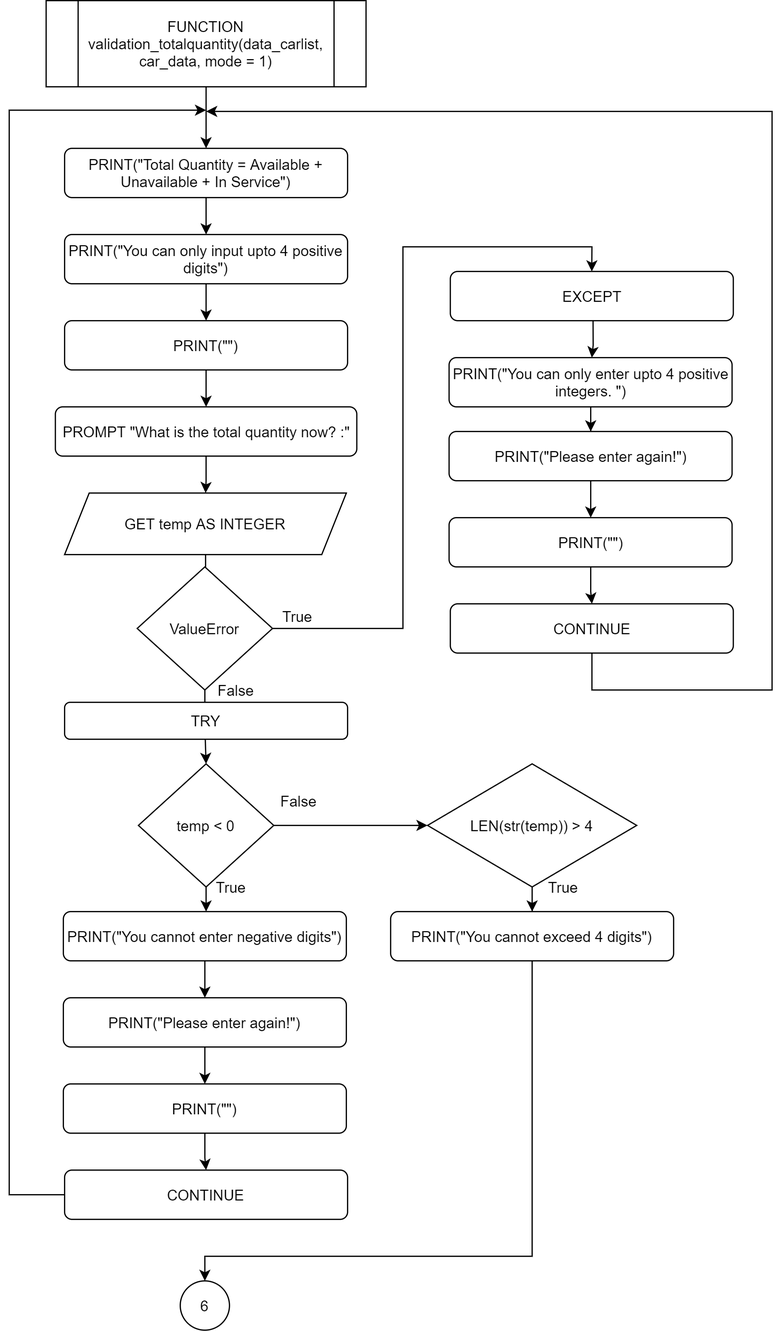
Above: Flowchart/default/validation_totalquantity-Page-1.png in RabbitBear00/Car-Rental-System (draw.io), before the change. Source tidied: cells renumbered, new cells last; positions are measured from the earlier drawing's top-left corner, leaving out a move shared by most shapes.
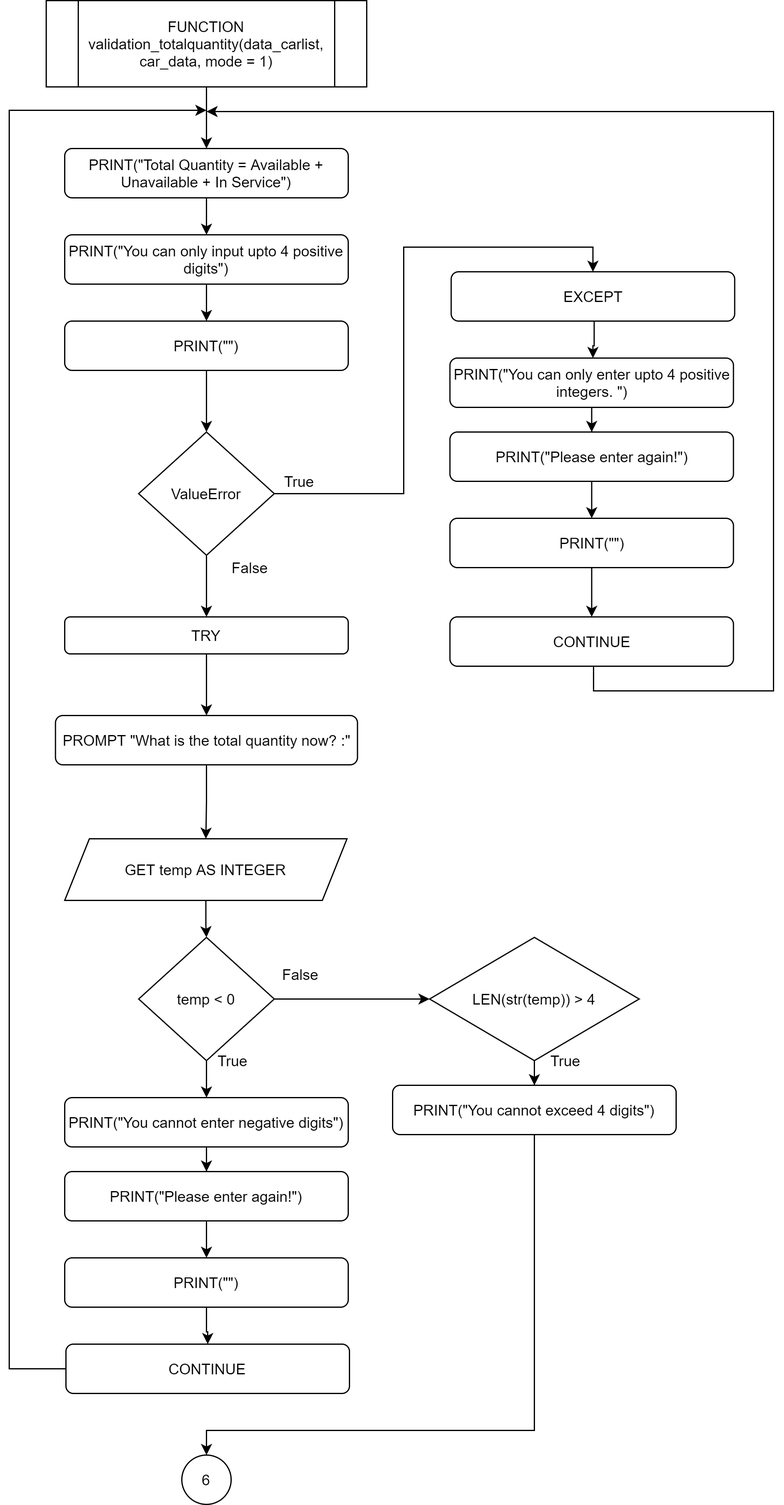
After the commit.

The edit, as a diff of the source:
```diff
@@ -20,9 +20,9 @@
     <mxCell id="7" value="PRINT(&quot;You can only input upto 4 positive digits&quot;)" style="rounded=1;whiteSpace=wrap;html=1;" parent="1" vertex="1">
       <mxGeometry x="45" y="190" width="230" height="40" as="geometry" />
     </mxCell>
-    <mxCell id="8" style="edgeStyle=orthogonalEdgeStyle;rounded=0;jettySize=auto;html=1;" parent="1" edge="1" source="9" target="11">
-      <mxGeometry relative="1" as="geometry" />
-    </mxCell>
+    <mxCell id="49" style="edgeStyle=orthogonalEdgeStyle;rounded=0;jettySize=auto;html=1;entryX=0.5;entryY=0;entryDx=0;entryDy=0;" parent="1" edge="1" source="9" target="16">
+      <mxGeometry relative="1" as="geometry" />
+    </mxCell>
     <mxCell id="9" value="PRINT(&quot;&quot;)" style="rounded=1;whiteSpace=wrap;html=1;" parent="1" vertex="1">
       <mxGeometry x="45" y="260" width="230" height="40" as="geometry" />
     </mxCell>
@@ -30,28 +30,28 @@
       <mxGeometry relative="1" as="geometry" />
     </mxCell>
     <mxCell id="11" value="PROMPT &quot;What is the total quantity now? :&quot;" style="rounded=1;whiteSpace=wrap;html=1;" parent="1" vertex="1">
-      <mxGeometry x="37.5" y="330" width="245" height="40" as="geometry" />
+      <mxGeometry x="37.5" y="580" width="245" height="40" as="geometry" />
     </mxCell>
-    <mxCell id="12" style="edgeStyle=orthogonalEdgeStyle;rounded=0;jettySize=auto;html=1;" parent="1" edge="1" source="13" target="16">
-      <mxGeometry relative="1" as="geometry" />
-    </mxCell>
+    <mxCell id="50" style="edgeStyle=orthogonalEdgeStyle;rounded=0;jettySize=auto;html=1;entryX=0.5;entryY=0;entryDx=0;entryDy=0;" parent="1" edge="1" source="13" target="19">
+      <mxGeometry relative="1" as="geometry" />
+    </mxCell>
     <mxCell id="13" value="GET temp AS INTEGER" style="shape=parallelogram;perimeter=parallelogramPerimeter;whiteSpace=wrap;html=1;fixedSize=1;" parent="1" vertex="1">
-      <mxGeometry x="45" y="400" width="229" height="50" as="geometry" />
+      <mxGeometry x="45" y="680" width="229" height="50" as="geometry" />
     </mxCell>
     <mxCell id="14" style="edgeStyle=orthogonalEdgeStyle;rounded=0;jettySize=auto;html=1;entryX=0.5;entryY=0;entryDx=0;entryDy=0;exitX=1;exitY=0.5;exitDx=0;exitDy=0;" parent="1" edge="1" source="16" target="46">
       <mxGeometry relative="1" as="geometry">
         <Array as="points">
-          <mxPoint x="320" y="510" />
+          <mxPoint x="320" y="400" />
           <mxPoint x="320" y="200" />
           <mxPoint x="474" y="200" />
         </Array>
       </mxGeometry>
     </mxCell>
-    <mxCell id="15" style="edgeStyle=orthogonalEdgeStyle;rounded=0;jettySize=auto;html=1;" parent="1" edge="1" source="16" target="19">
-      <mxGeometry relative="1" as="geometry" />
-    </mxCell>
+    <mxCell id="51" style="edgeStyle=orthogonalEdgeStyle;rounded=0;jettySize=auto;html=1;entryX=0.5;entryY=0;entryDx=0;entryDy=0;" parent="1" edge="1" source="16" target="47">
+      <mxGeometry relative="1" as="geometry" />
+    </mxCell>
     <mxCell id="16" value="ValueError" style="rhombus;whiteSpace=wrap;html=1;" parent="1" vertex="1">
-      <mxGeometry x="104" y="460" width="110" height="100" as="geometry" />
+      <mxGeometry x="105" y="350" width="110" height="100" as="geometry" />
     </mxCell>
     <mxCell id="17" style="edgeStyle=orthogonalEdgeStyle;rounded=0;jettySize=auto;html=1;" parent="1" edge="1" source="19" target="21">
       <mxGeometry relative="1" as="geometry" />
@@ -60,64 +60,64 @@
       <mxGeometry relative="1" as="geometry" />
     </mxCell>
     <mxCell id="19" value="temp &lt; 0" style="rhombus;whiteSpace=wrap;html=1;" parent="1" vertex="1">
-      <mxGeometry x="105" y="620" width="110" height="100" as="geometry" />
+      <mxGeometry x="105" y="760" width="110" height="100" as="geometry" />
     </mxCell>
     <mxCell id="20" style="edgeStyle=orthogonalEdgeStyle;rounded=0;jettySize=auto;html=1;" parent="1" edge="1" source="21" target="23">
       <mxGeometry relative="1" as="geometry" />
     </mxCell>
     <mxCell id="21" value="PRINT(&quot;You cannot enter negative digits&quot;)" style="rounded=1;whiteSpace=wrap;html=1;" parent="1" vertex="1">
-      <mxGeometry x="44" y="740" width="230" height="40" as="geometry" />
+      <mxGeometry x="45" y="890" width="230" height="40" as="geometry" />
     </mxCell>
     <mxCell id="22" style="edgeStyle=orthogonalEdgeStyle;rounded=0;jettySize=auto;html=1;" parent="1" edge="1" source="23" target="25">
       <mxGeometry relative="1" as="geometry" />
     </mxCell>
     <mxCell id="23" value="PRINT(&quot;Please enter again!&quot;)" style="rounded=1;whiteSpace=wrap;html=1;" parent="1" vertex="1">
-      <mxGeometry x="44" y="810" width="230" height="40" as="geometry" />
+      <mxGeometry x="45" y="950" width="230" height="40" as="geometry" />
     </mxCell>
     <mxCell id="24" style="edgeStyle=orthogonalEdgeStyle;rounded=0;jettySize=auto;html=1;" parent="1" edge="1" source="25" target="27">
       <mxGeometry relative="1" as="geometry" />
     </mxCell>
     <mxCell id="25" value="PRINT(&quot;&quot;)" style="rounded=1;whiteSpace=wrap;html=1;" parent="1" vertex="1">
-      <mxGeometry x="44" y="880" width="230" height="40" as="geometry" />
+      <mxGeometry x="45" y="1020" width="230" height="40" as="geometry" />
     </mxCell>
     <mxCell id="26" style="edgeStyle=orthogonalEdgeStyle;rounded=0;jettySize=auto;html=1;" parent="1" edge="1" source="27">
       <mxGeometry relative="1" as="geometry">
         <mxPoint x="160" y="89" as="targetPoint" />
         <Array as="points">
-          <mxPoint y="970" />
+          <mxPoint y="1110" />
           <mxPoint y="89" />
         </Array>
       </mxGeometry>
     </mxCell>
     <mxCell id="27" value="CONTINUE" style="rounded=1;whiteSpace=wrap;html=1;" parent="1" vertex="1">
-      <mxGeometry x="45" y="950" width="230" height="40" as="geometry" />
+      <mxGeometry x="46" y="1090" width="230" height="40" as="geometry" />
     </mxCell>
     <mxCell id="28" value="True" style="text;html=1;align=center;verticalAlign=middle;strokeColor=none;" parent="1" vertex="1">
-      <mxGeometry x="160" y="710" width="40" height="20" as="geometry" />
+      <mxGeometry x="161" y="850" width="40" height="20" as="geometry" />
     </mxCell>
     <mxCell id="29" value="True" style="text;html=1;align=center;verticalAlign=middle;strokeColor=none;" parent="1" vertex="1">
-      <mxGeometry x="214" y="490" width="40" height="20" as="geometry" />
+      <mxGeometry x="214.5" y="380" width="40" height="20" as="geometry" />
     </mxCell>
     <mxCell id="30" style="edgeStyle=orthogonalEdgeStyle;rounded=0;jettySize=auto;html=1;" parent="1" edge="1" source="31">
       <mxGeometry relative="1" as="geometry">
-        <mxPoint x="159" y="1040" as="targetPoint" />
+        <mxPoint x="160" y="1180" as="targetPoint" />
         <Array as="points">
-          <mxPoint x="425" y="1020" />
-          <mxPoint x="159" y="1020" />
+          <mxPoint x="426" y="1160" />
+          <mxPoint x="160" y="1160" />
         </Array>
       </mxGeometry>
     </mxCell>
     <mxCell id="31" value="PRINT(&quot;You cannot exceed 4 digits&quot;)" style="rounded=1;whiteSpace=wrap;html=1;" parent="1" vertex="1">
-      <mxGeometry x="310" y="740" width="230" height="40" as="geometry" />
+      <mxGeometry x="311" y="880" width="230" height="40" as="geometry" />
     </mxCell>
     <mxCell id="32" value="False" style="text;html=1;align=center;verticalAlign=middle;strokeColor=none;" parent="1" vertex="1">
-      <mxGeometry x="214.5" y="640" width="40" height="20" as="geometry" />
+      <mxGeometry x="215.5" y="780" width="40" height="20" as="geometry" />
     </mxCell>
     <mxCell id="33" style="edgeStyle=orthogonalEdgeStyle;rounded=0;jettySize=auto;html=1;" parent="1" edge="1" source="34" target="31">
       <mxGeometry relative="1" as="geometry" />
     </mxCell>
     <mxCell id="34" value="LEN(str(temp)) &gt; 4" style="rhombus;whiteSpace=wrap;html=1;" parent="1" vertex="1">
-      <mxGeometry x="340" y="620" width="170" height="100" as="geometry" />
+      <mxGeometry x="341" y="760" width="170" height="100" as="geometry" />
     </mxCell>
     <mxCell id="35" style="edgeStyle=orthogonalEdgeStyle;rounded=0;jettySize=auto;html=1;" parent="1" edge="1" source="36" target="38">
       <mxGeometry relative="1" as="geometry" />
@@ -148,13 +148,13 @@
       </mxGeometry>
     </mxCell>
     <mxCell id="42" value="CONTINUE" style="rounded=1;whiteSpace=wrap;html=1;" parent="1" vertex="1">
-      <mxGeometry x="358.5" y="490" width="230" height="40" as="geometry" />
+      <mxGeometry x="357.5" y="500" width="230" height="40" as="geometry" />
     </mxCell>
     <mxCell id="43" value="False" style="text;html=1;align=center;verticalAlign=middle;strokeColor=none;" parent="1" vertex="1">
-      <mxGeometry x="164" y="550" width="40" height="20" as="geometry" />
+      <mxGeometry x="175" y="450" width="40" height="20" as="geometry" />
     </mxCell>
     <mxCell id="44" value="True" style="text;html=1;align=center;verticalAlign=middle;strokeColor=none;" parent="1" vertex="1">
-      <mxGeometry x="430" y="710" width="40" height="20" as="geometry" />
+      <mxGeometry x="431" y="850" width="40" height="20" as="geometry" />
     </mxCell>
     <mxCell id="45" style="edgeStyle=orthogonalEdgeStyle;rounded=0;orthogonalLoop=1;jettySize=auto;html=1;entryX=0.5;entryY=0;entryDx=0;entryDy=0;" parent="1" edge="1">
       <mxGeometry relative="1" as="geometry">
@@ -169,11 +169,14 @@
     <mxCell id="46" value="EXCEPT" style="rounded=1;whiteSpace=wrap;html=1;" parent="1" vertex="1">
       <mxGeometry x="358.5" y="220" width="230" height="40" as="geometry" />
     </mxCell>
+    <mxCell id="52" style="edgeStyle=orthogonalEdgeStyle;rounded=0;jettySize=auto;html=1;entryX=0.5;entryY=0;entryDx=0;entryDy=0;" parent="1" edge="1" source="47" target="11">
+      <mxGeometry relative="1" as="geometry" />
+    </mxCell>
     <mxCell id="47" value="TRY" style="rounded=1;whiteSpace=wrap;html=1;" parent="1" vertex="1">
-      <mxGeometry x="45" y="570" width="230" height="30" as="geometry" />
+      <mxGeometry x="45" y="500" width="230" height="30" as="geometry" />
     </mxCell>
     <mxCell id="48" value="6" style="ellipse;whiteSpace=wrap;html=1;" parent="1" vertex="1">
-      <mxGeometry x="139" y="1040" width="40" height="40" as="geometry" />
+      <mxGeometry x="140" y="1180" width="40" height="40" as="geometry" />
     </mxCell>
   </root>
 </mxGraphModel>
```
